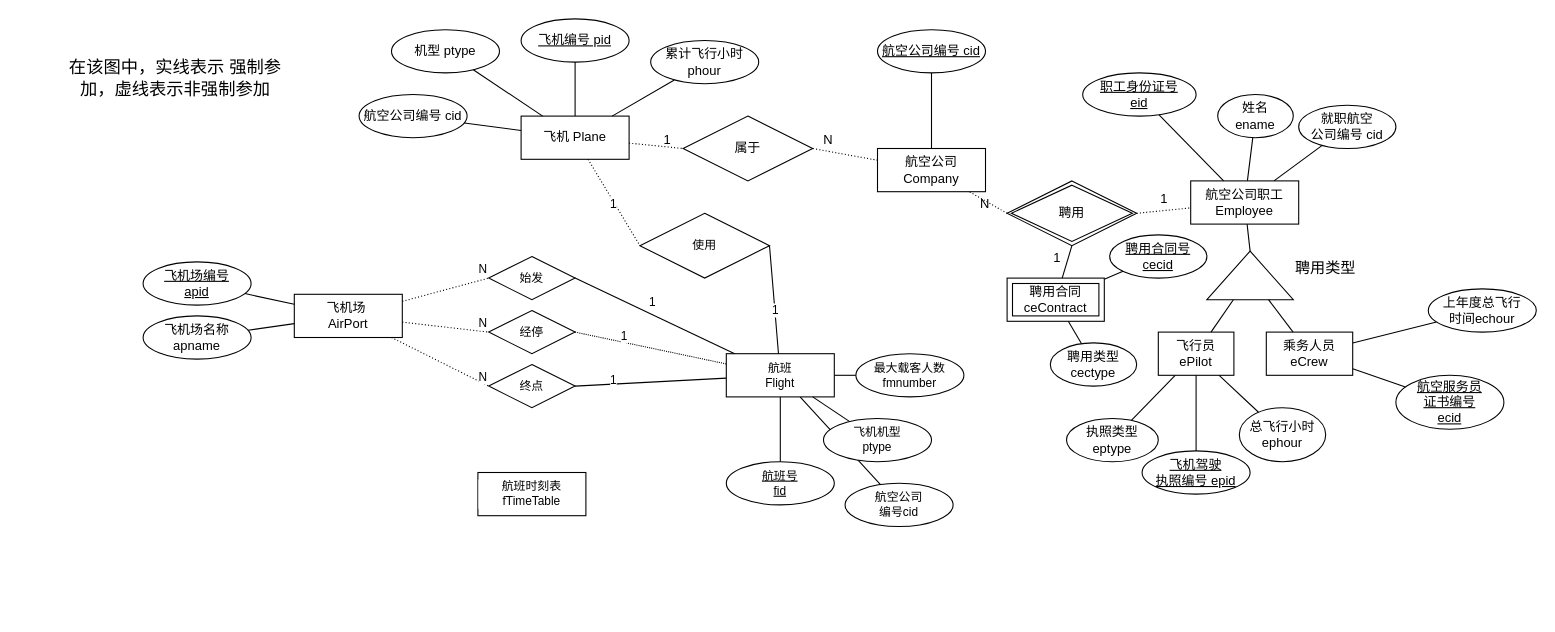
MojoisMojo/Written-casually keeps this draw.io diagram as dbhw04-map.drawio. Above is the earlier version. Source tidied: cells renumbered, new cells numbered last; positions are measured from the earlier drawing's top-left corner, leaving out a move shared by most shapes. Both pictures are drawn from the tidied source at 108%, with x=0, y=0 at pixel (67, 18).
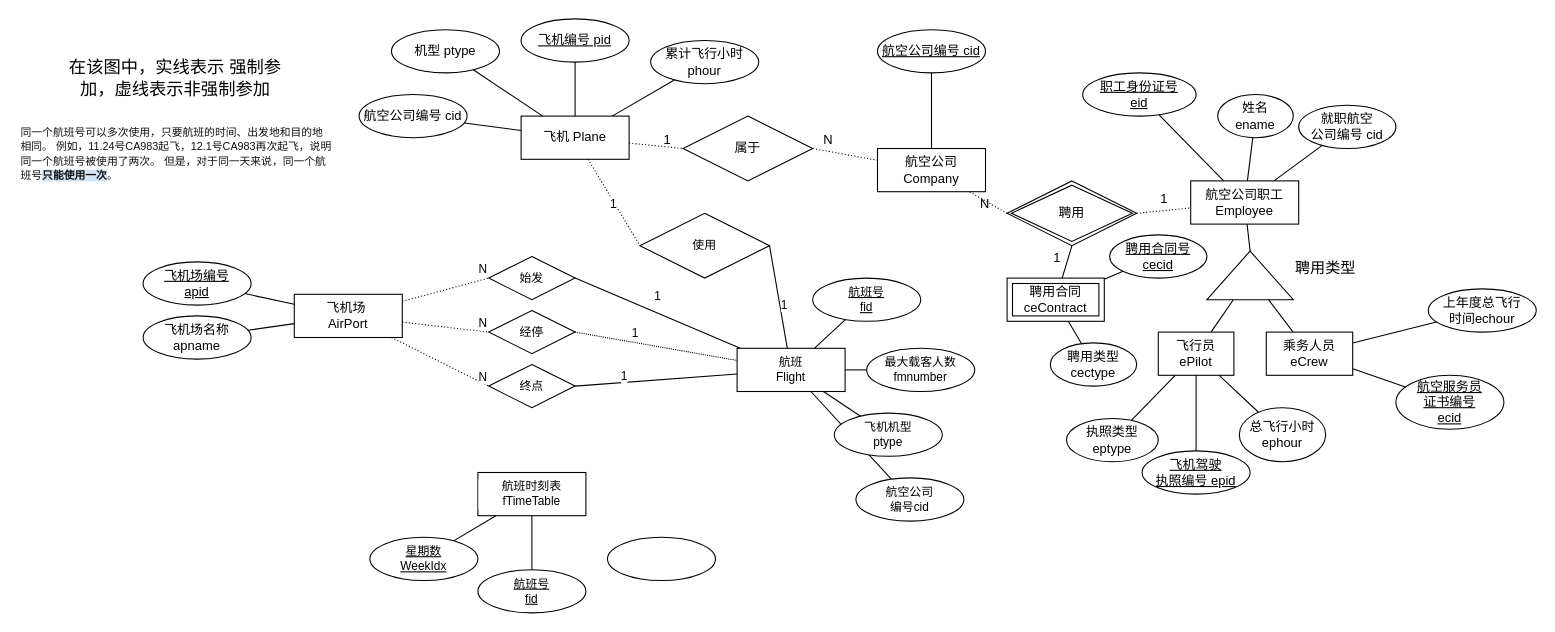
The same page after the edit.

Unchanged cells that the change refers to:
```xml
<mxCell id="51" value="航班&lt;div&gt;Flight&lt;/div&gt;" style="whiteSpace=wrap;html=1;align=center;fontFamily=Helvetica;fontSize=11;fontColor=default;labelBackgroundColor=default;" parent="48" vertex="1">
  <mxGeometry x="150" width="100" height="40" as="geometry" />
</mxCell>
<mxCell id="77" value="航班时刻表fTimeTable" style="whiteSpace=wrap;html=1;align=center;fontFamily=Helvetica;fontSize=11;fontColor=default;labelBackgroundColor=default;" parent="1" vertex="1">
  <mxGeometry x="380" y="420" width="100" height="40" as="geometry" />
</mxCell>
```

What changed in the source:
```diff
@@
     <mxCell id="48" style="group;" parent="1" vertex="1">
-      <mxGeometry x="460" y="310" width="370" height="170" as="geometry" />
+      <mxGeometry x="470" y="305" width="370" height="170" as="geometry" />
     </mxCell>
-    <mxCell id="49" style="edgeStyle=none;rounded=0;jettySize=auto;html=1;strokeColor=default;align=center;verticalAlign=middle;fontFamily=Helvetica;fontSize=11;fontColor=default;labelBackgroundColor=default;endArrow=none;endFill=0;" parent="48" edge="1" source="51" target="53">
-      <mxGeometry relative="1" as="geometry" />
-    </mxCell>
@@
-    <mxCell id="53" value="航班号&lt;div&gt;fid&lt;/div&gt;" style="ellipse;whiteSpace=wrap;html=1;align=center;fontStyle=4;fontFamily=Helvetica;fontSize=11;fontColor=default;labelBackgroundColor=default;" parent="48" vertex="1">
-      <mxGeometry x="150" y="100" width="100" height="40" as="geometry" />
-    </mxCell>
@@
+    <mxCell id="98" style="edgeStyle=none;rounded=0;jettySize=auto;html=1;strokeColor=default;align=center;verticalAlign=middle;fontFamily=Helvetica;fontSize=11;fontColor=default;labelBackgroundColor=default;endArrow=none;endFill=0;" parent="1" edge="1" source="99" target="77">
+      <mxGeometry relative="1" as="geometry" />
+    </mxCell>
+    <mxCell id="99" value="星期数&lt;div&gt;WeekIdx&lt;/div&gt;" style="ellipse;whiteSpace=wrap;html=1;align=center;fontStyle=4;fontFamily=Helvetica;fontSize=11;fontColor=default;labelBackgroundColor=default;" parent="1" vertex="1">
+      <mxGeometry x="280" y="480" width="100" height="40" as="geometry" />
+    </mxCell>
+    <mxCell id="100" style="edgeStyle=none;rounded=0;jettySize=auto;html=1;strokeColor=default;align=center;verticalAlign=middle;fontFamily=Helvetica;fontSize=11;fontColor=default;labelBackgroundColor=default;endArrow=none;endFill=0;" parent="1" edge="1" source="101" target="77">
+      <mxGeometry relative="1" as="geometry" />
+    </mxCell>
+    <mxCell id="101" value="航班号&lt;div&gt;fid&lt;/div&gt;" style="ellipse;whiteSpace=wrap;html=1;align=center;fontStyle=4;fontFamily=Helvetica;fontSize=11;fontColor=default;labelBackgroundColor=default;" parent="1" vertex="1">
+      <mxGeometry x="380" y="510" width="100" height="40" as="geometry" />
+    </mxCell>
+    <mxCell id="53" value="航班号&lt;div&gt;fid&lt;/div&gt;" style="ellipse;whiteSpace=wrap;html=1;align=center;fontStyle=4;fontFamily=Helvetica;fontSize=11;fontColor=default;labelBackgroundColor=default;" parent="1" vertex="1">
+      <mxGeometry x="690" y="240" width="100" height="40" as="geometry" />
+    </mxCell>
+    <mxCell id="49" style="edgeStyle=none;rounded=0;jettySize=auto;html=1;strokeColor=default;align=center;verticalAlign=middle;fontFamily=Helvetica;fontSize=11;fontColor=default;labelBackgroundColor=default;endArrow=none;endFill=0;" parent="1" edge="1" source="51" target="53">
+      <mxGeometry relative="1" as="geometry" />
+    </mxCell>
+    <mxCell id="102" style="ellipse;whiteSpace=wrap;html=1;align=center;fontStyle=4;fontFamily=Helvetica;fontSize=11;fontColor=default;labelBackgroundColor=default;" parent="1" vertex="1">
+      <mxGeometry x="500" y="480" width="100" height="40" as="geometry" />
+    </mxCell>
+    <mxCell id="103" value="&lt;font style=&quot;font-size: 10px;&quot;&gt;&lt;span style=&quot;color: rgb(17, 17, 17); font-family: &amp;quot;Microsoft YaHei&amp;quot;, Arial, Helvetica, sans-serif;&quot;&gt;同一个航班号可以多次使用，只要航班的时间、出发地和目的地相同。 例如，11.24号CA983起飞，12.1号CA983再次起飞，说明同一个航班号被使用了两次。 但是，对于同一天来说，同一个航班号&lt;/span&gt;&lt;span style=&quot;font-weight: 700; background-color: rgba(16, 110, 190, 0.18); color: rgb(17, 17, 17); font-family: &amp;quot;Microsoft YaHei&amp;quot;, Arial, Helvetica, sans-serif;&quot;&gt;只能使用一次&lt;/span&gt;&lt;span style=&quot;color: rgb(17, 17, 17); font-family: &amp;quot;Microsoft YaHei&amp;quot;, Arial, Helvetica, sans-serif;&quot;&gt;。&lt;/span&gt;&lt;/font&gt;" style="text;html=1;align=left;verticalAlign=middle;whiteSpace=wrap;rounded=0;fontFamily=Helvetica;fontSize=11;fontColor=default;labelBackgroundColor=default;" parent="1" vertex="1">
+      <mxGeometry x="-45" y="110" width="290" height="30" as="geometry" />
+    </mxCell>
```
